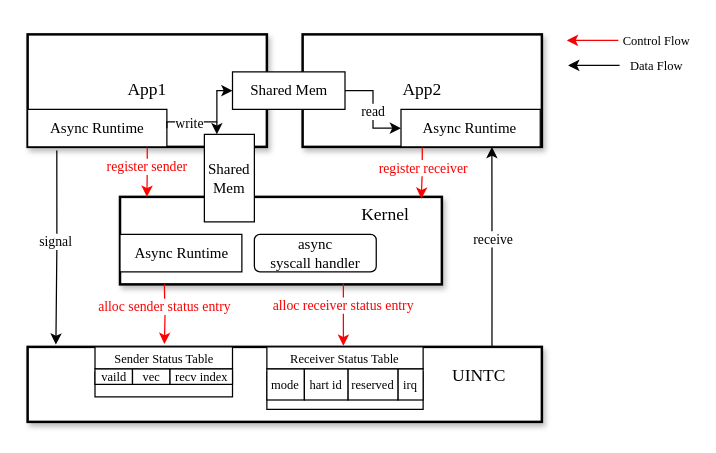
Earlier version of the draw.io diagram images/framework.drawio (oscourse-tsinghua/openingreport-ldhai2023). Source tidied: cells renumbered, new cells numbered last; positions are measured from the earlier drawing's top-left corner, leaving out a move shared by most shapes. Both pictures are drawn from the tidied source at 125%, with x=0, y=0 at pixel (28, 21).
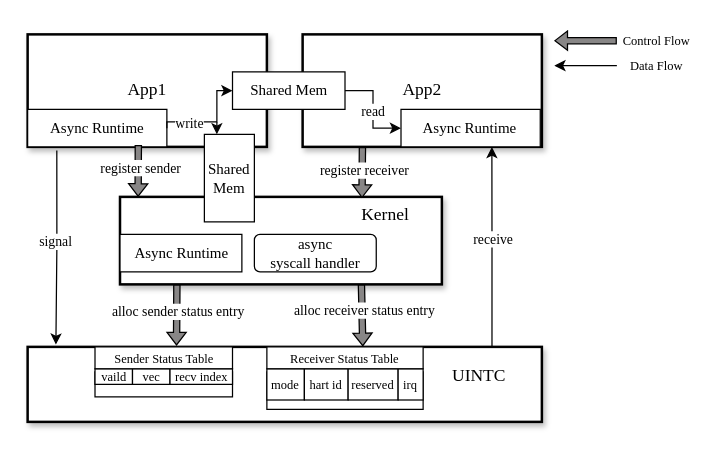
After the change.

Unchanged cells that the change refers to:
```xml
<mxCell id="2" value="&lt;font style=&quot;font-size: 14px;&quot; face=&quot;Times New Roman&quot;&gt;App1&lt;/font&gt;" style="rounded=0;whiteSpace=wrap;html=1;strokeWidth=2;shadow=1;" parent="1" vertex="1">
  <mxGeometry x="-0.4" y="10" width="191.4" height="90" as="geometry" />
</mxCell>
<mxCell id="3" value="&lt;font style=&quot;font-size: 14px;&quot; face=&quot;Times New Roman&quot;&gt;App2&lt;/font&gt;" style="rounded=0;whiteSpace=wrap;html=1;strokeWidth=2;shadow=1;" parent="1" vertex="1">
  <mxGeometry x="219.6" y="10" width="191.4" height="90" as="geometry" />
</mxCell>
<mxCell id="4" style="rounded=0;whiteSpace=wrap;html=1;strokeWidth=2;shadow=1;" parent="1" vertex="1">
  <mxGeometry x="73.5" y="140" width="257.5" height="70" as="geometry" />
</mxCell>
<mxCell id="5" style="rounded=0;whiteSpace=wrap;html=1;strokeWidth=2;shadow=1;" parent="1" vertex="1">
  <mxGeometry x="-0.4" y="260" width="411.4" height="60" as="geometry" />
</mxCell>
<mxCell id="19" value="&lt;font face=&quot;Times New Roman&quot;&gt;Async Runtime&lt;/font&gt;" style="rounded=0;whiteSpace=wrap;html=1;" parent="1" vertex="1">
  <mxGeometry x="-0.4" y="70" width="111.4" height="30" as="geometry" />
</mxCell>
<mxCell id="30" value="&lt;font style=&quot;font-size: 10px;&quot; face=&quot;Times New Roman&quot;&gt;Receiver Status Table&lt;/font&gt;" style="rounded=0;whiteSpace=wrap;html=1;" parent="1" vertex="1">
  <mxGeometry x="191" y="260" width="125" height="17.5" as="geometry" />
</mxCell>
<mxCell id="31" value="&lt;font style=&quot;font-size: 10px;&quot; face=&quot;Times New Roman&quot;&gt;Sender Status Table&lt;/font&gt;" style="rounded=0;whiteSpace=wrap;html=1;" parent="1" vertex="1">
  <mxGeometry x="53.5" y="260" width="110" height="17.5" as="geometry" />
</mxCell>
<mxCell id="44" value="&lt;font face=&quot;Times New Roman&quot; style=&quot;font-size: 14px;&quot;&gt;Kernel&lt;/font&gt;" style="text;html=1;align=center;verticalAlign=middle;whiteSpace=wrap;rounded=0;" parent="1" vertex="1">
  <mxGeometry x="256" y="140" width="60" height="30" as="geometry" />
</mxCell>
```

Diff of the diagram source:
```diff
@@
-    <mxCell id="7" style="edgeStyle=orthogonalEdgeStyle;rounded=0;jettySize=auto;html=1;exitX=0.5;exitY=1;exitDx=0;exitDy=0;strokeColor=#ff0000;" parent="1" edge="1" source="2">
-      <mxGeometry relative="1" as="geometry">
-        <mxPoint x="95" y="140" as="targetPoint" />
-      </mxGeometry>
-    </mxCell>
-    <mxCell id="8" value="&lt;font color=&quot;#fa0000&quot; face=&quot;Times New Roman&quot;&gt;register sender&lt;/font&gt;" style="edgeLabel;html=1;align=center;verticalAlign=middle;" parent="7" vertex="1">
-      <mxGeometry x="-0.25" y="-1" relative="1" as="geometry" />
-    </mxCell>
-    <mxCell id="9" style="edgeStyle=orthogonalEdgeStyle;rounded=0;jettySize=auto;html=1;entryX=0.266;entryY=-0.038;entryDx=0;entryDy=0;entryPerimeter=0;strokeColor=#ff0000;" parent="1" edge="1" target="5">
-      <mxGeometry relative="1" as="geometry">
-        <mxPoint x="109" y="210" as="sourcePoint" />
-      </mxGeometry>
-    </mxCell>
-    <mxCell id="10" value="&lt;font color=&quot;#fc0303&quot; face=&quot;Times New Roman&quot;&gt;alloc sender status entry&lt;/font&gt;" style="edgeLabel;html=1;align=center;verticalAlign=middle;" parent="9" vertex="1">
-      <mxGeometry x="-0.27" y="-1" relative="1" as="geometry">
-        <mxPoint y="-1" as="offset" />
-      </mxGeometry>
-    </mxCell>
-    <mxCell id="11" style="edgeStyle=orthogonalEdgeStyle;rounded=0;jettySize=auto;html=1;exitX=0.5;exitY=1;exitDx=0;exitDy=0;entryX=0.936;entryY=0.021;entryDx=0;entryDy=0;entryPerimeter=0;strokeColor=#fa0000;" parent="1" edge="1" source="3" target="4">
-      <mxGeometry relative="1" as="geometry" />
-    </mxCell>
-    <mxCell id="12" value="&lt;font color=&quot;#f90101&quot; face=&quot;Times New Roman&quot;&gt;register receiver&lt;/font&gt;" style="edgeLabel;html=1;align=center;verticalAlign=middle;" parent="11" vertex="1">
-      <mxGeometry x="-0.23" relative="1" as="geometry" />
-    </mxCell>
-    <mxCell id="13" style="edgeStyle=orthogonalEdgeStyle;rounded=0;jettySize=auto;html=1;entryX=0.614;entryY=-0.014;entryDx=0;entryDy=0;entryPerimeter=0;exitX=0.694;exitY=0.994;exitDx=0;exitDy=0;exitPerimeter=0;strokeColor=#ff0000;" parent="1" edge="1" source="4" target="5">
-      <mxGeometry relative="1" as="geometry" />
-    </mxCell>
-    <mxCell id="14" value="&lt;font color=&quot;#f90101&quot; face=&quot;Times New Roman&quot;&gt;alloc receiver status entry&lt;/font&gt;" style="edgeLabel;html=1;align=center;verticalAlign=middle;" parent="13" vertex="1">
-      <mxGeometry x="-0.27" y="-1" relative="1" as="geometry">
-        <mxPoint y="-1" as="offset" />
-      </mxGeometry>
-    </mxCell>
@@
-    <mxCell id="37" style="endArrow=classic;html=1;rounded=0;strokeColor=#f20202;" parent="1" edge="1">
-      <mxGeometry relative="1" as="geometry">
-        <mxPoint x="472.2" y="14.8" as="sourcePoint" />
-        <mxPoint x="431" y="14.8" as="targetPoint" />
-      </mxGeometry>
-    </mxCell>
-    <mxCell id="38" style="endArrow=classic;html=1;rounded=0;strokeColor=#050505;" parent="1" edge="1">
+    <mxCell id="38" style="endArrow=classic;html=1;rounded=0;strokeColor=default;curved=0;" parent="1" edge="1">
       <mxGeometry relative="1" as="geometry">
-        <mxPoint x="473.2" y="34.8" as="sourcePoint" />
-        <mxPoint x="432" y="34.8" as="targetPoint" />
+        <mxPoint x="471" y="35" as="sourcePoint" />
+        <mxPoint x="421" y="35" as="targetPoint" />
       </mxGeometry>
     </mxCell>
@@
+    <mxCell id="46" style="endArrow=classic;html=1;rounded=0;endWidth=9.333333333333334;shape=flexArrow;endSize=3;fillColor=light-dark(#888686, #b4b4b4);width=5;startSize=3;exitX=0.75;exitY=1;exitDx=0;exitDy=0;entryX=0.614;entryY=-0.026;entryDx=0;entryDy=0;entryPerimeter=0;" parent="1" edge="1" source="4" target="30">
+      <mxGeometry relative="1" as="geometry" />
+    </mxCell>
+    <mxCell id="14" value="&lt;span style=&quot;font-family: &amp;quot;Times New Roman&amp;quot;;&quot;&gt;alloc receiver status entry&lt;/span&gt;" style="edgeLabel;html=1;align=center;verticalAlign=middle;" parent="46" vertex="1">
+      <mxGeometry x="-0.14" y="1" relative="1" as="geometry" />
+    </mxCell>
+    <mxCell id="47" style="endArrow=classic;html=1;rounded=0;endWidth=9.333333333333334;shape=flexArrow;endSize=3;fillColor=light-dark(#888686, #b4b4b4);width=5;startSize=3;entryX=0.593;entryY=-0.063;entryDx=0;entryDy=0;entryPerimeter=0;strokeColor=default;align=center;verticalAlign=middle;fontFamily=Helvetica;fontSize=11;fontColor=default;labelBackgroundColor=default;" parent="1" edge="1" target="31">
+      <mxGeometry relative="1" as="geometry">
+        <mxPoint x="119" y="210" as="sourcePoint" />
+      </mxGeometry>
+    </mxCell>
+    <mxCell id="10" value="&lt;span style=&quot;font-family: &amp;quot;Times New Roman&amp;quot;;&quot;&gt;alloc sender status entry&lt;/span&gt;" style="edgeLabel;html=1;align=center;verticalAlign=middle;rounded=0;strokeColor=default;fontFamily=Helvetica;fontSize=11;fontColor=default;labelBackgroundColor=default;fillColor=light-dark(#888686, #b4b4b4);" parent="47" vertex="1">
+      <mxGeometry x="-0.14" y="1" relative="1" as="geometry" />
+    </mxCell>
+    <mxCell id="48" style="endArrow=classic;html=1;rounded=0;endWidth=9.333333333333334;shape=flexArrow;endSize=3;fillColor=light-dark(#888686, #b4b4b4);width=5;startSize=3;exitX=0.25;exitY=1;exitDx=0;exitDy=0;entryX=0.185;entryY=0.028;entryDx=0;entryDy=0;entryPerimeter=0;strokeColor=default;align=center;verticalAlign=middle;fontFamily=Helvetica;fontSize=11;fontColor=default;labelBackgroundColor=default;" parent="1" edge="1" source="3" target="44">
+      <mxGeometry relative="1" as="geometry" />
+    </mxCell>
+    <mxCell id="12" value="&lt;span style=&quot;font-family: &amp;quot;Times New Roman&amp;quot;;&quot;&gt;register receiver&lt;/span&gt;" style="edgeLabel;html=1;align=center;verticalAlign=middle;rounded=0;strokeColor=default;fontFamily=Helvetica;fontSize=11;fontColor=default;labelBackgroundColor=default;fillColor=light-dark(#888686, #b4b4b4);" parent="48" vertex="1">
+      <mxGeometry x="-0.14" y="1" relative="1" as="geometry" />
+    </mxCell>
+    <mxCell id="49" style="endArrow=classic;html=1;rounded=0;endWidth=9.333333333333334;shape=flexArrow;endSize=3;fillColor=light-dark(#888686, #b4b4b4);width=5;startSize=3;exitX=0.795;exitY=0.951;exitDx=0;exitDy=0;exitPerimeter=0;strokeColor=default;align=center;verticalAlign=middle;fontFamily=Helvetica;fontSize=11;fontColor=default;labelBackgroundColor=default;" parent="1" edge="1" source="19">
+      <mxGeometry relative="1" as="geometry">
+        <mxPoint x="88" y="140" as="targetPoint" />
+      </mxGeometry>
+    </mxCell>
+    <mxCell id="8" value="&lt;span style=&quot;font-family: &amp;quot;Times New Roman&amp;quot;;&quot;&gt;register sender&lt;/span&gt;" style="edgeLabel;html=1;align=center;verticalAlign=middle;rounded=0;strokeColor=default;fontFamily=Helvetica;fontSize=11;fontColor=default;labelBackgroundColor=default;fillColor=light-dark(#888686, #b4b4b4);labelBorderColor=none;" parent="49" vertex="1">
+      <mxGeometry x="-0.14" y="1" relative="1" as="geometry" />
+    </mxCell>
+    <mxCell id="50" style="endArrow=classic;html=1;rounded=0;endWidth=9.333333333333334;shape=flexArrow;endSize=3;fillColor=light-dark(#888686, #b4b4b4);width=5;startSize=3;strokeColor=default;align=center;verticalAlign=middle;fontFamily=Helvetica;fontSize=11;fontColor=default;labelBackgroundColor=default;" parent="1" edge="1">
+      <mxGeometry relative="1" as="geometry">
+        <mxPoint x="471" y="15" as="sourcePoint" />
+        <mxPoint x="421" y="15" as="targetPoint" />
+      </mxGeometry>
+    </mxCell>
+    <mxCell id="51" style="edgeLabel;html=1;align=center;verticalAlign=middle;rounded=0;strokeColor=default;fontFamily=Helvetica;fontSize=11;fontColor=default;labelBackgroundColor=default;fillColor=light-dark(#888686, #b4b4b4);labelBorderColor=none;" parent="50" vertex="1">
+      <mxGeometry x="-0.14" y="1" relative="1" as="geometry" />
+    </mxCell>
```
